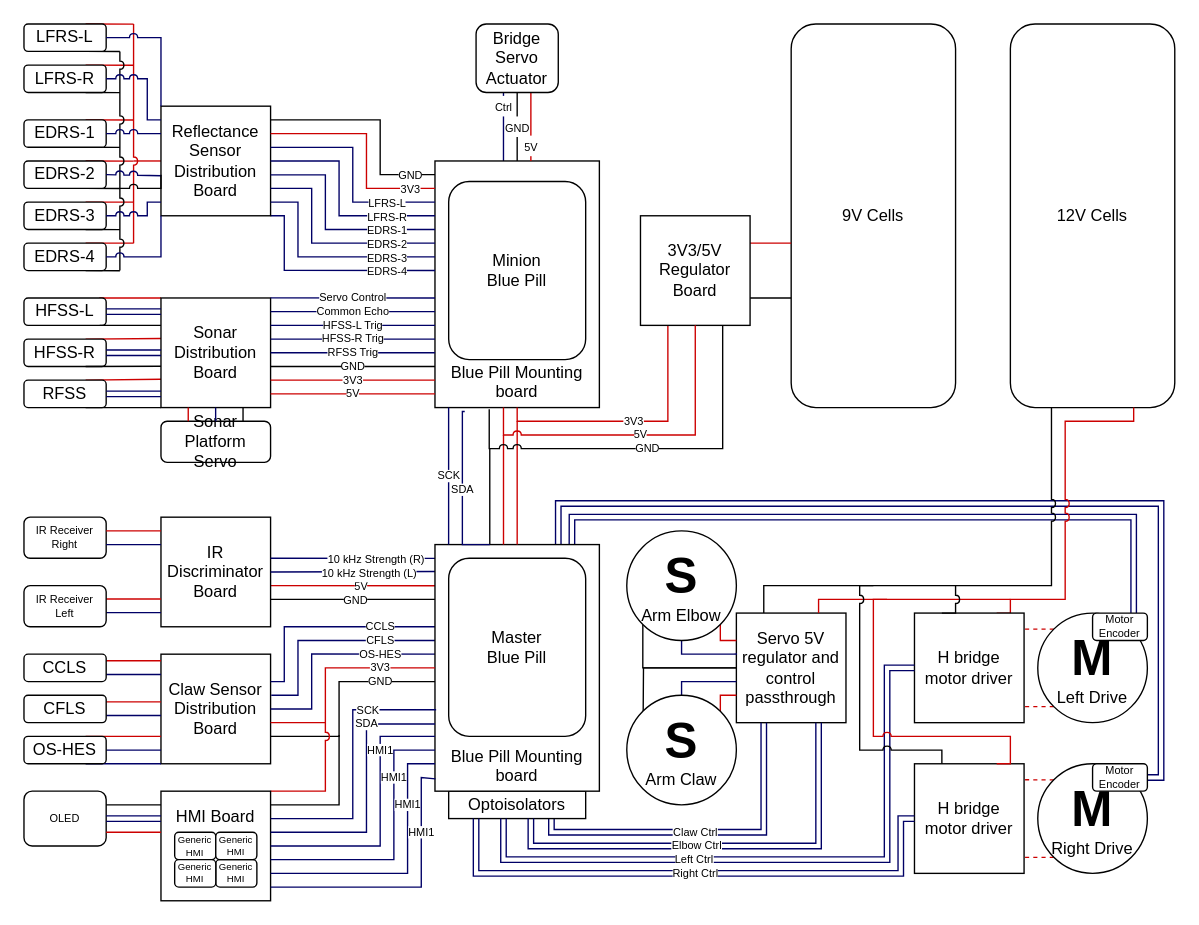
Earlier version of the draw.io diagram Electroncs.drawio (ENPH-253-Team-Nine/Electronics-Diagrams). Source tidied: cells renumbered, new cells numbered last; positions are measured from the earlier drawing's top-left corner, leaving out a move shared by most shapes. Both pictures are drawn from the tidied source at 137%, with x=0, y=0 at pixel (23, 23).
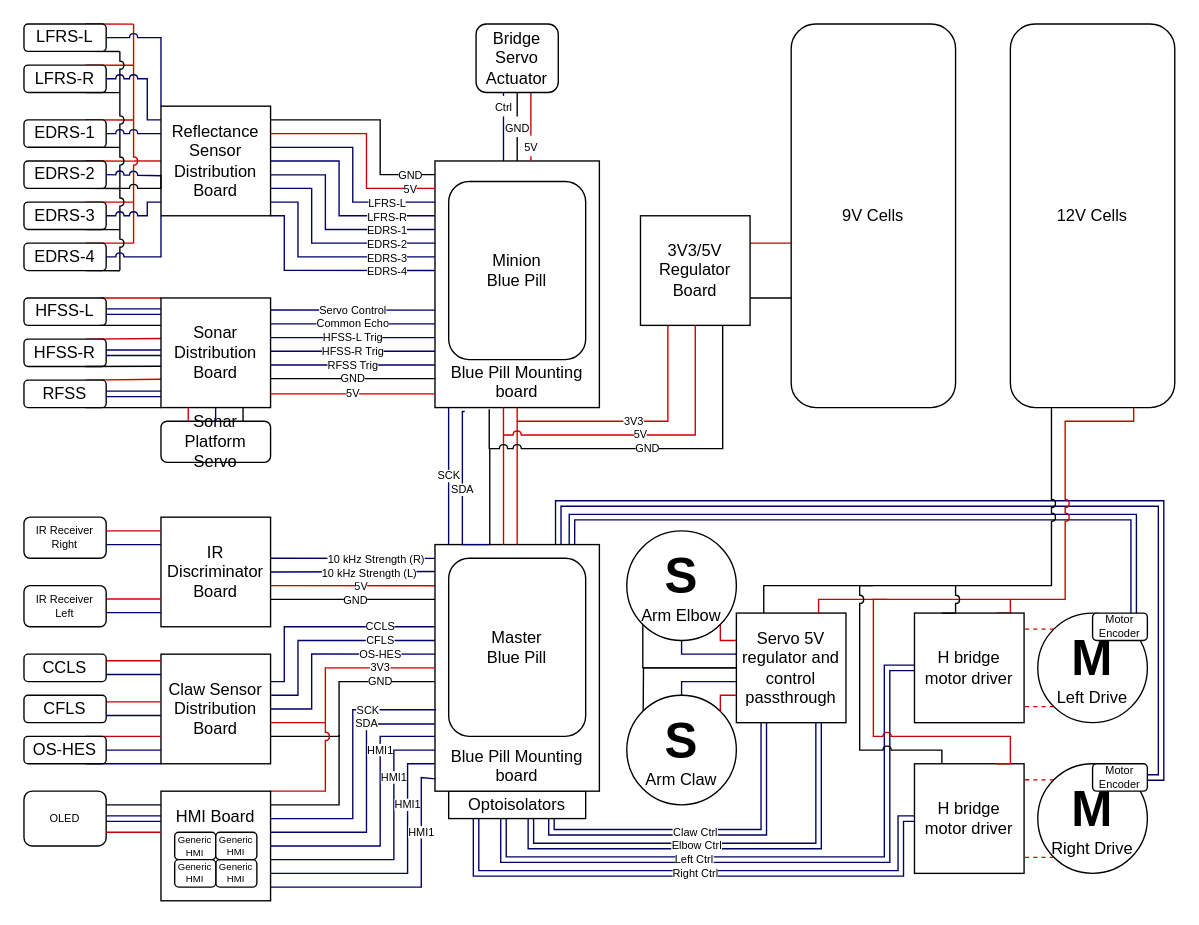
Above is the later version.

Unchanged cells that the change refers to:
```xml
<mxCell id="32" value="Sonar Distribution Board" style="whiteSpace=wrap;html=1;" parent="1" vertex="1">
  <mxGeometry x="100" y="200" width="80" height="80" as="geometry" />
</mxCell>
```

Diff of the diagram source:
```diff
@@
-    <mxCell id="43" value="3V3" style="endArrow=none;html=1;rounded=0;strokeColor=#CC0000;fontSize=8;" parent="1" edge="1">
-      <mxGeometry relative="1" as="geometry">
-        <mxPoint x="180" y="260" as="sourcePoint" />
-        <mxPoint x="300" y="260" as="targetPoint" />
-      </mxGeometry>
-    </mxCell>
-    <mxCell id="44" value="GND" style="endArrow=none;html=1;rounded=0;fontSize=8;exitX=1;exitY=0.625;exitDx=0;exitDy=0;exitPerimeter=0;" parent="1" edge="1" source="32">
+    <mxCell id="44" value="GND" style="endArrow=none;html=1;rounded=0;fontSize=8;exitX=1;exitY=0.625;exitDx=0;exitDy=0;exitPerimeter=0;" parent="1" edge="1">
       <mxGeometry relative="1" as="geometry">
-        <mxPoint x="300" y="250" as="targetPoint" />
+        <mxPoint x="180" y="258.9" as="sourcePoint" />
+        <mxPoint x="300" y="258.9" as="targetPoint" />
       </mxGeometry>
     </mxCell>
     <mxCell id="45" value="RFSS Trig" style="endArrow=none;html=1;rounded=0;strokeColor=#000066;fontSize=8;" parent="1" edge="1">
       <mxGeometry relative="1" as="geometry">
-        <mxPoint x="180" y="240" as="sourcePoint" />
-        <mxPoint x="300" y="240" as="targetPoint" />
+        <mxPoint x="180" y="248.9" as="sourcePoint" />
+        <mxPoint x="300" y="248.9" as="targetPoint" />
       </mxGeometry>
     </mxCell>
     <mxCell id="46" value="HFSS-R Trig" style="endArrow=none;html=1;rounded=0;strokeColor=#000066;fontSize=8;" parent="1" edge="1">
       <mxGeometry relative="1" as="geometry">
-        <mxPoint x="180" y="230" as="sourcePoint" />
-        <mxPoint x="300" y="230" as="targetPoint" />
+        <mxPoint x="180" y="238.9" as="sourcePoint" />
+        <mxPoint x="300" y="238.9" as="targetPoint" />
       </mxGeometry>
     </mxCell>
     <mxCell id="47" value="HFSS-L Trig" style="endArrow=none;html=1;rounded=0;strokeColor=#000066;fontSize=8;" parent="1" edge="1">
       <mxGeometry relative="1" as="geometry">
-        <mxPoint x="180" y="220" as="sourcePoint" />
-        <mxPoint x="300" y="220" as="targetPoint" />
+        <mxPoint x="180" y="228.9" as="sourcePoint" />
+        <mxPoint x="300" y="228.9" as="targetPoint" />
       </mxGeometry>
     </mxCell>
     <mxCell id="48" value="Common Echo" style="endArrow=none;html=1;rounded=0;strokeColor=#000066;fontSize=8;" parent="1" edge="1">
       <mxGeometry relative="1" as="geometry">
-        <mxPoint x="180" y="210" as="sourcePoint" />
-        <mxPoint x="300" y="210" as="targetPoint" />
+        <mxPoint x="180" y="218.9" as="sourcePoint" />
+        <mxPoint x="300" y="218.9" as="targetPoint" />
       </mxGeometry>
     </mxCell>
     <mxCell id="49" value="Servo Control" style="endArrow=none;html=1;rounded=0;strokeColor=#000066;fontSize=8;" parent="1" edge="1">
       <mxGeometry relative="1" as="geometry">
-        <mxPoint x="180" y="199.9" as="sourcePoint" />
-        <mxPoint x="300" y="200" as="targetPoint" />
+        <mxPoint x="180" y="208.8" as="sourcePoint" />
+        <mxPoint x="300" y="208.9" as="targetPoint" />
       </mxGeometry>
     </mxCell>
@@
-    <mxCell id="87" value="&lt;font style=&quot;font-size: 8px;&quot;&gt;3V3&lt;/font&gt;" style="edgeStyle=orthogonalEdgeStyle;rounded=0;sketch=0;jumpStyle=arc;orthogonalLoop=1;jettySize=auto;html=1;entryX=1;entryY=1;entryDx=0;entryDy=0;shadow=0;fontSize=12;endArrow=none;endFill=0;strokeColor=#CC0000;" parent="1" edge="1">
+    <mxCell id="87" value="&lt;font style=&quot;font-size: 8px;&quot;&gt;5V&lt;/font&gt;" style="edgeStyle=orthogonalEdgeStyle;rounded=0;sketch=0;jumpStyle=arc;orthogonalLoop=1;jettySize=auto;html=1;entryX=1;entryY=1;entryDx=0;entryDy=0;shadow=0;fontSize=12;endArrow=none;endFill=0;strokeColor=#CC0000;" parent="1" edge="1">
       <mxGeometry x="-0.78" relative="1" as="geometry">
         <mxPoint x="300" y="120" as="sourcePoint" />
         <mxPoint x="180" y="80" as="targetPoint" />
         <Array as="points">
           <mxPoint x="250" y="120" />
           <mxPoint x="250" y="80" />
         </Array>
       </mxGeometry>
     </mxCell>
```
